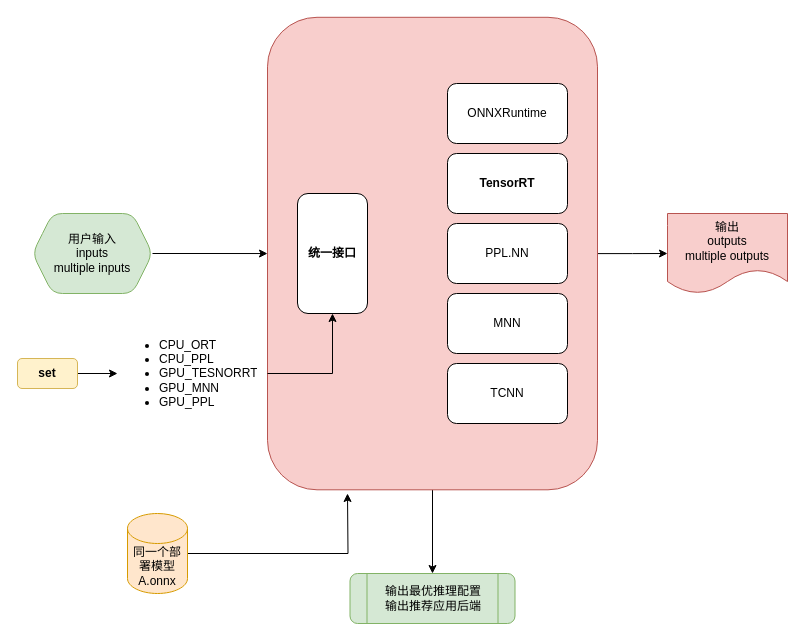
This is unified_framework.drawio from lucasjinreal/3d_detection, a draw.io file, before an edit. Source tidied: cells renumbered, new cells numbered last; positions are measured from the earlier drawing's top-left corner, leaving out a move shared by most shapes. Both pictures are drawn from the tidied source at 100%, with x=0, y=0 at pixel (17, 17).
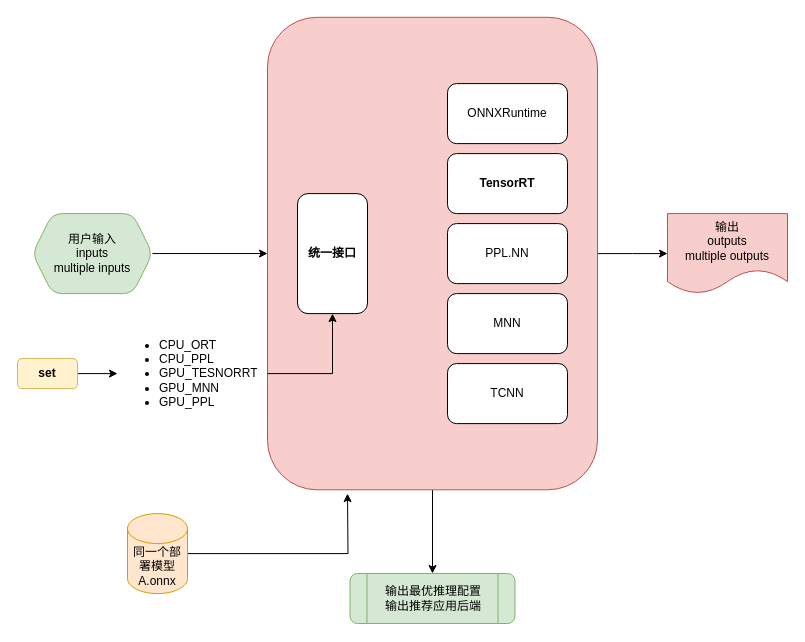
After the change.

The change refers to these unchanged cells:
```xml
<mxCell id="4" style="rounded=1;whiteSpace=wrap;html=1;fillColor=#f8cecc;strokeColor=#b85450;" parent="1" vertex="1">
  <mxGeometry x="250" y="-0.2" width="330" height="472.5" as="geometry" />
</mxCell>
```

Change to the diagram source:
```diff
@@
-    <mxCell id="2" style="edgeStyle=orthogonalEdgeStyle;rounded=0;jettySize=auto;html=1;" parent="1" edge="1" source="4" target="17">
-      <mxGeometry relative="1" as="geometry" />
+    <mxCell id="2" style="edgeStyle=orthogonalEdgeStyle;rounded=0;jettySize=auto;html=1;" parent="1" edge="1" source="4">
+      <mxGeometry relative="1" as="geometry">
+        <mxPoint x="650" y="236.1" as="targetPoint" />
+      </mxGeometry>
     </mxCell>
@@
     <mxCell id="6" value="用户输入&lt;br&gt;inputs&lt;br&gt;multiple inputs" style="shape=hexagon;perimeter=hexagonPerimeter2;whiteSpace=wrap;html=1;fixedSize=1;fillColor=#d5e8d4;strokeColor=#82b366;rounded=1;" parent="1" vertex="1">
-      <mxGeometry x="15" y="196" width="120" height="80" as="geometry" />
+      <mxGeometry x="15" y="196.1" width="120" height="80" as="geometry" />
     </mxCell>
     <mxCell id="7" value="ONNXRuntime" style="rounded=1;whiteSpace=wrap;html=1;fontStyle=0;" parent="1" vertex="1">
-      <mxGeometry x="430" y="66" width="120" height="60" as="geometry" />
+      <mxGeometry x="430" y="66.1" width="120" height="60" as="geometry" />
     </mxCell>
     <mxCell id="8" value="TensorRT" style="rounded=1;whiteSpace=wrap;html=1;fontStyle=1;" parent="1" vertex="1">
-      <mxGeometry x="430" y="136" width="120" height="60" as="geometry" />
+      <mxGeometry x="430" y="136.1" width="120" height="60" as="geometry" />
     </mxCell>
     <mxCell id="9" value="PPL.NN" style="rounded=1;whiteSpace=wrap;html=1;" parent="1" vertex="1">
-      <mxGeometry x="430" y="206" width="120" height="60" as="geometry" />
+      <mxGeometry x="430" y="206.1" width="120" height="60" as="geometry" />
     </mxCell>
     <mxCell id="10" value="MNN" style="rounded=1;whiteSpace=wrap;html=1;" parent="1" vertex="1">
-      <mxGeometry x="430" y="276" width="120" height="60" as="geometry" />
+      <mxGeometry x="430" y="276.1" width="120" height="60" as="geometry" />
     </mxCell>
     <mxCell id="11" value="TCNN" style="rounded=1;whiteSpace=wrap;html=1;" parent="1" vertex="1">
-      <mxGeometry x="430" y="346" width="120" height="60" as="geometry" />
+      <mxGeometry x="430" y="346.1" width="120" height="60" as="geometry" />
     </mxCell>
     <mxCell id="12" value="统一接口" style="rounded=1;whiteSpace=wrap;html=1;fontStyle=1;" parent="1" vertex="1">
-      <mxGeometry x="280" y="176" width="70" height="120" as="geometry" />
+      <mxGeometry x="280" y="176.1" width="70" height="120" as="geometry" />
     </mxCell>
@@
     <mxCell id="14" value="&lt;ul&gt;&lt;li&gt;CPU_ORT&lt;/li&gt;&lt;li&gt;CPU_PPL&lt;/li&gt;&lt;li&gt;GPU_TESNORRT&lt;/li&gt;&lt;li&gt;GPU_MNN&lt;/li&gt;&lt;li&gt;GPU_PPL&lt;/li&gt;&lt;/ul&gt;" style="text;strokeColor=none;fillColor=none;html=1;whiteSpace=wrap;verticalAlign=middle;overflow=hidden;" parent="1" vertex="1">
-      <mxGeometry x="100" y="306" width="150" height="100" as="geometry" />
+      <mxGeometry x="100" y="306.1" width="150" height="100" as="geometry" />
     </mxCell>
@@
     <mxCell id="16" value="set" style="rounded=1;whiteSpace=wrap;html=1;fillColor=#fff2cc;strokeColor=#d6b656;fontStyle=1;" parent="1" vertex="1">
-      <mxGeometry y="341" width="60" height="30" as="geometry" />
+      <mxGeometry y="341.1" width="60" height="30" as="geometry" />
     </mxCell>
     <mxCell id="17" value="输出&lt;br&gt;outputs&lt;br&gt;multiple outputs" style="shape=document;whiteSpace=wrap;html=1;boundedLbl=1;fillColor=#f8cecc;strokeColor=#b85450;rounded=1;" parent="1" vertex="1">
-      <mxGeometry x="650" y="196" width="120" height="80" as="geometry" />
+      <mxGeometry x="650" y="196.1" width="120" height="80" as="geometry" />
     </mxCell>
     <mxCell id="18" style="edgeStyle=orthogonalEdgeStyle;rounded=0;jettySize=auto;html=1;" parent="1" edge="1" source="19">
       <mxGeometry relative="1" as="geometry">
-        <mxPoint x="330" y="476" as="targetPoint" />
+        <mxPoint x="330" y="476.1" as="targetPoint" />
       </mxGeometry>
     </mxCell>
     <mxCell id="19" value="同一个部署模型&lt;br&gt;A.onnx" style="shape=cylinder3;whiteSpace=wrap;html=1;boundedLbl=1;backgroundOutline=1;size=15;fillColor=#ffe6cc;strokeColor=#d79b00;" parent="1" vertex="1">
-      <mxGeometry x="110" y="496" width="60" height="80" as="geometry" />
+      <mxGeometry x="110" y="496.1" width="60" height="80" as="geometry" />
     </mxCell>
```
